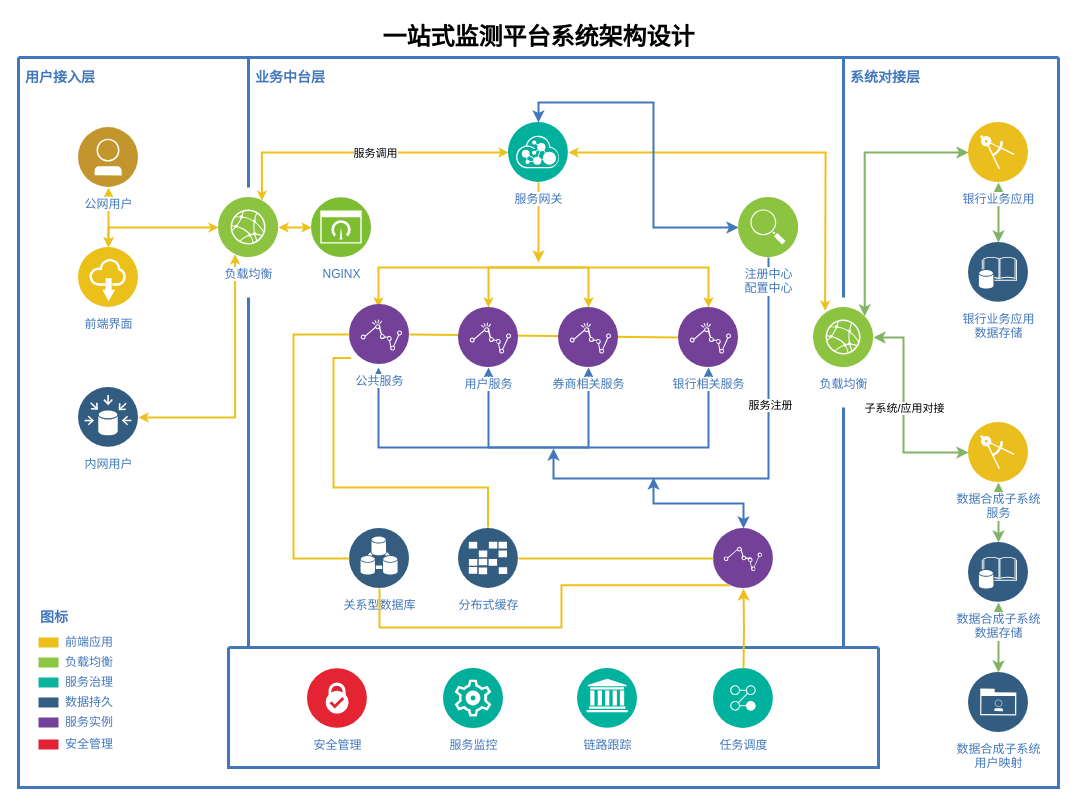
Above: documents/未命名绘图.drawio in F46886799/springboot-in-action (draw.io), before the change. Source tidied: cells renumbered, new cells numbered last; positions are measured from the earlier drawing's top-left corner, leaving out a move shared by most shapes. Both pictures are drawn from the tidied source at 100%, with x=0, y=0 at pixel (18, 17).
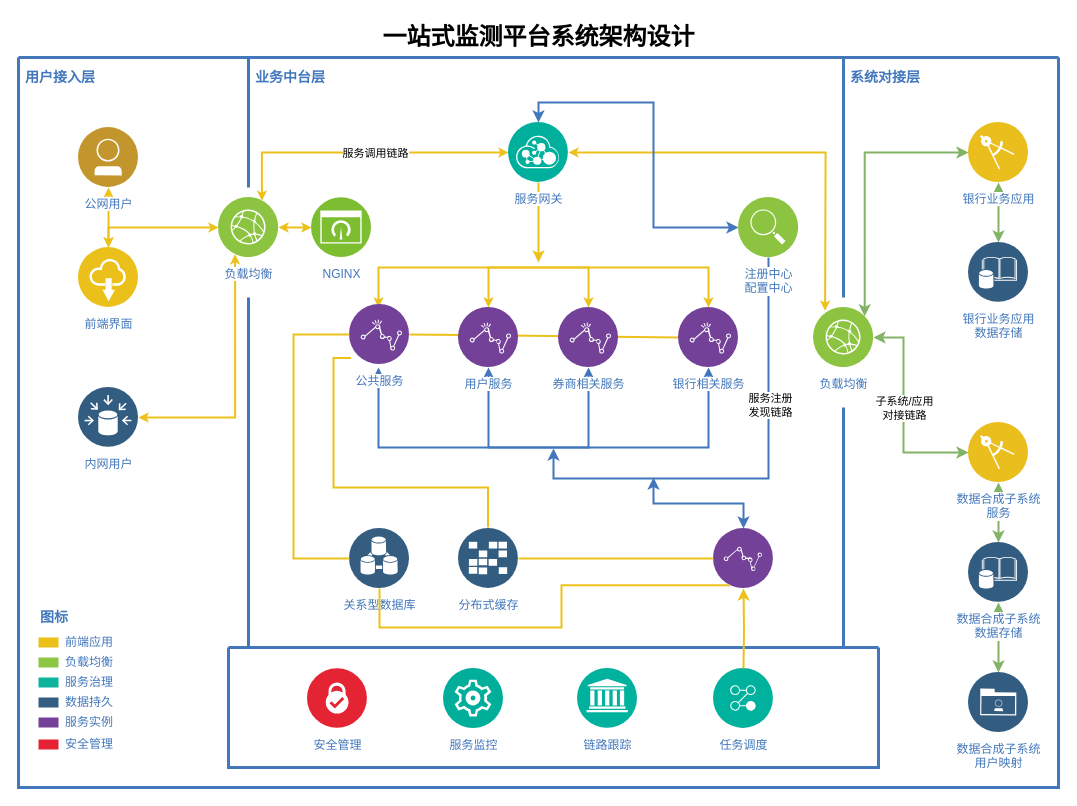
The same page after the edit.

Commit message (it also covers changes not shown here):
更新未命名绘图.drawio

Unchanged cells that the change refers to:
```xml
<mxCell id="7" style="edgeStyle=orthogonalEdgeStyle;rounded=0;html=1;entryX=0.75;entryY=0;labelBackgroundColor=#ffffff;jettySize=auto;strokeColor=#EDC11C;fontColor=#000000;startArrow=classic;strokeWidth=2;endSize=4;startSize=4;" parent="2" edge="1" source="19" target="17">
  <mxGeometry relative="1" as="geometry">
    <Array as="points">
      <mxPoint x="243" y="95" />
    </Array>
  </mxGeometry>
</mxCell>
<mxCell id="24" style="edgeStyle=orthogonalEdgeStyle;rounded=0;jettySize=auto;html=1;startArrow=classic;startFill=1;exitX=0;exitY=0.5;exitDx=0;exitDy=0;fillColor=#d5e8d4;strokeColor=#82b366;strokeWidth=2;" parent="2" edge="1" source="26" target="56">
  <mxGeometry relative="1" as="geometry">
    <Array as="points">
      <mxPoint x="885" y="395" />
      <mxPoint x="885" y="280" />
    </Array>
  </mxGeometry>
</mxCell>
<mxCell id="50" style="edgeStyle=orthogonalEdgeStyle;rounded=0;jettySize=auto;html=1;strokeColor=#4277bb;strokeWidth=2;" parent="2" edge="1" source="52">
  <mxGeometry relative="1" as="geometry">
    <mxPoint x="535" y="391" as="targetPoint" />
    <Array as="points">
      <mxPoint x="750" y="421" />
      <mxPoint x="535" y="421" />
    </Array>
  </mxGeometry>
</mxCell>
```

Diff of the diagram source:
```diff
@@
-    <mxCell id="8" value="服务调用" style="edgeLabel;html=1;align=center;verticalAlign=middle;" parent="7" vertex="1">
+    <mxCell id="8" value="服务调用链路" style="edgeLabel;html=1;align=center;verticalAlign=middle;" parent="7" vertex="1">
       <mxGeometry x="-0.1" relative="1" as="geometry">
         <mxPoint x="-1" as="offset" />
       </mxGeometry>
     </mxCell>
@@
-    <mxCell id="25" value="子系统/应用对接" style="edgeLabel;html=1;align=center;verticalAlign=middle;" parent="24" vertex="1">
+    <mxCell id="25" value="子系统/应用&lt;div&gt;对接链路&lt;/div&gt;" style="edgeLabel;html=1;align=center;verticalAlign=middle;" parent="24" vertex="1">
       <mxGeometry x="0.05" relative="1" as="geometry" />
     </mxCell>
@@
-    <mxCell id="51" value="服务注册" style="edgeLabel;html=1;align=center;verticalAlign=middle;" parent="50" vertex="1">
+    <mxCell id="51" value="服务注册&lt;div&gt;发现链路&lt;/div&gt;" style="edgeLabel;html=1;align=center;verticalAlign=middle;" parent="50" vertex="1">
       <mxGeometry x="-0.37" y="1" relative="1" as="geometry" />
     </mxCell>
```
